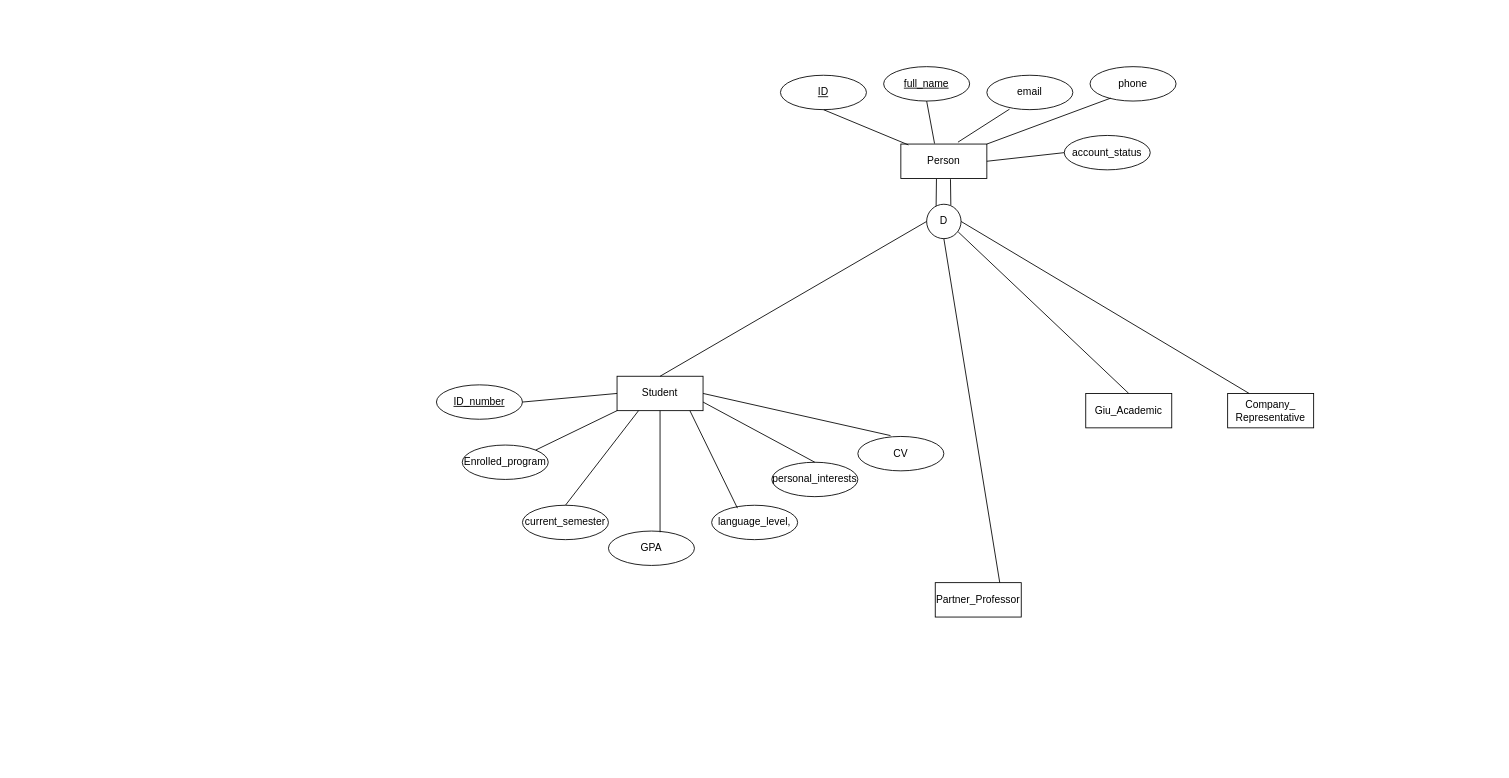
Before: 01_People_Academic.drawio in kniveexe/giu-germany-connect, a draw.io diagram. Source tidied: cells renumbered, new cells numbered last; positions are measured from the earlier drawing's top-left corner, leaving out a move shared by most shapes. Both pictures are drawn from the tidied source at 86%, with x=0, y=0 at pixel (436, 66).
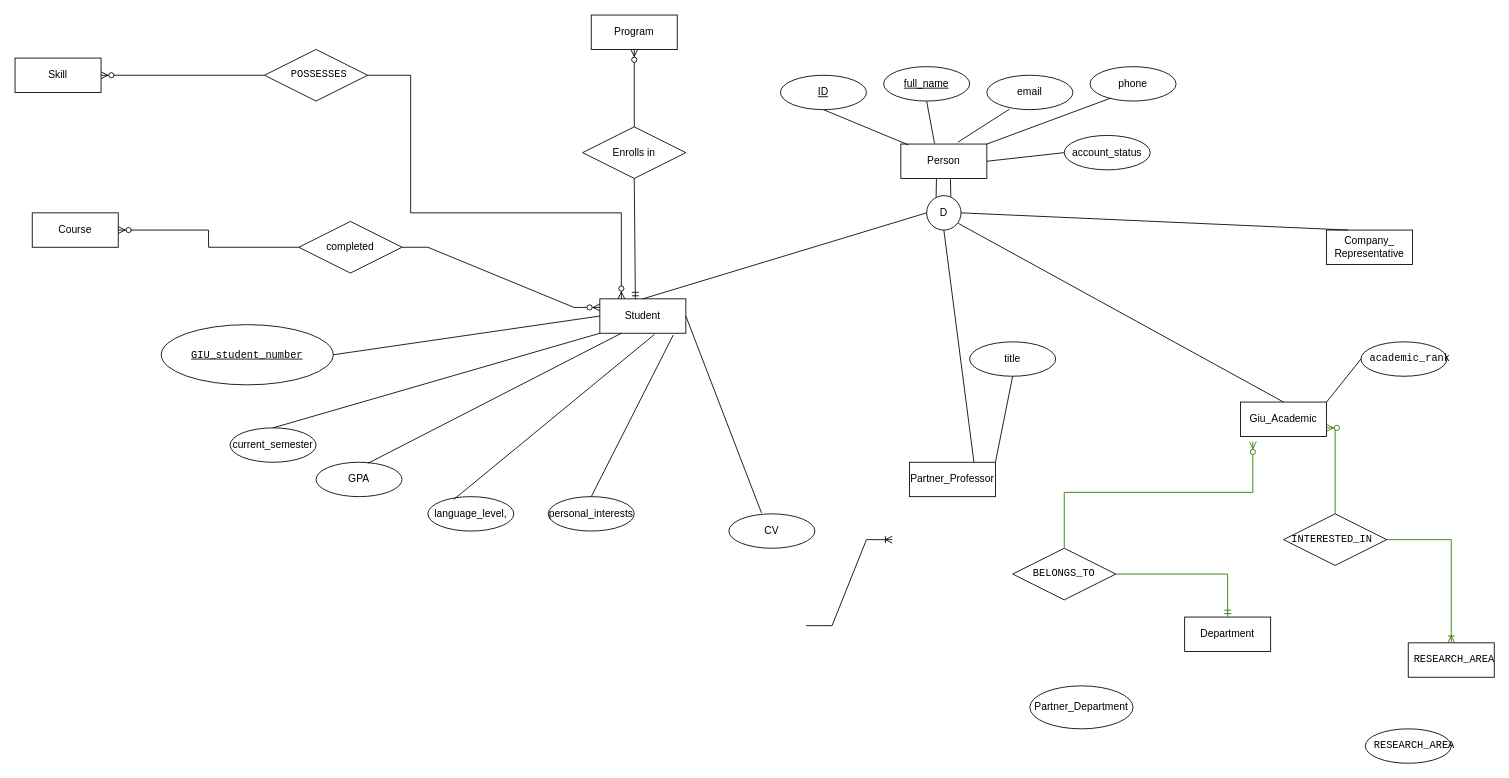
Above is the later version.

The edit, as a diff of the source:
```diff
@@
     <mxCell id="13" value="Student" style="whiteSpace=wrap;html=1;align=center;" parent="1" vertex="1">
-      <mxGeometry x="210" y="360" width="100" height="40" as="geometry" />
+      <mxGeometry x="190" y="270" width="100" height="40" as="geometry" />
     </mxCell>
     <mxCell id="14" value="Giu_Academic" style="whiteSpace=wrap;html=1;align=center;" parent="1" vertex="1">
-      <mxGeometry x="755" y="380" width="100" height="40" as="geometry" />
+      <mxGeometry x="935" y="390" width="100" height="40" as="geometry" />
     </mxCell>
     <mxCell id="15" value="Partner_Professor" style="whiteSpace=wrap;html=1;align=center;" parent="1" vertex="1">
-      <mxGeometry x="580" y="600" width="100" height="40" as="geometry" />
+      <mxGeometry x="550" y="460" width="100" height="40" as="geometry" />
     </mxCell>
     <mxCell id="16" value="Company_ Representative" style="whiteSpace=wrap;html=1;align=center;" parent="1" vertex="1">
-      <mxGeometry x="920" y="380" width="100" height="40" as="geometry" />
+      <mxGeometry x="1035" y="190" width="100" height="40" as="geometry" />
     </mxCell>
     <mxCell id="17" value="D" style="ellipse;whiteSpace=wrap;html=1;shapeInside=1;" parent="1" vertex="1">
-      <mxGeometry x="570" y="160" width="40" height="40" as="geometry" />
+      <mxGeometry x="570" y="150" width="40" height="40" as="geometry" />
     </mxCell>
@@
-    <mxCell id="25" value="ID_number" style="ellipse;whiteSpace=wrap;html=1;align=center;fontStyle=4;" parent="1" vertex="1">
-      <mxGeometry y="370" width="100" height="40" as="geometry" />
+    <mxCell id="25" value="&lt;code&gt;GIU_student_number&lt;/code&gt;" style="ellipse;whiteSpace=wrap;html=1;align=center;fontStyle=4;" parent="1" vertex="1">
+      <mxGeometry x="-320" y="300" width="200" height="70" as="geometry" />
     </mxCell>
-    <mxCell id="26" value="Enrolled_program" style="ellipse;whiteSpace=wrap;html=1;align=center;" parent="1" vertex="1">
-      <mxGeometry x="30" y="440" width="100" height="40" as="geometry" />
-    </mxCell>
     <mxCell id="27" value="current_semester" style="ellipse;whiteSpace=wrap;html=1;align=center;" parent="1" vertex="1">
-      <mxGeometry x="100" y="510" width="100" height="40" as="geometry" />
+      <mxGeometry x="-240" y="420" width="100" height="40" as="geometry" />
     </mxCell>
     <mxCell id="28" value="GPA" style="ellipse;whiteSpace=wrap;html=1;align=center;" parent="1" vertex="1">
-      <mxGeometry x="200" y="540" width="100" height="40" as="geometry" />
+      <mxGeometry x="-140" y="460" width="100" height="40" as="geometry" />
     </mxCell>
     <mxCell id="29" value="language_level," style="ellipse;whiteSpace=wrap;html=1;align=center;" parent="1" vertex="1">
-      <mxGeometry x="320" y="510" width="100" height="40" as="geometry" />
+      <mxGeometry x="-10" y="500" width="100" height="40" as="geometry" />
     </mxCell>
     <mxCell id="30" value="personal_interests" style="ellipse;whiteSpace=wrap;html=1;align=center;" parent="1" vertex="1">
-      <mxGeometry x="390" y="460" width="100" height="40" as="geometry" />
+      <mxGeometry x="130" y="500" width="100" height="40" as="geometry" />
     </mxCell>
-    <mxCell id="31" style="endArrow=none;html=1;rounded=0;exitX=1;exitY=0;exitDx=0;exitDy=0;entryX=0;entryY=1;entryDx=0;entryDy=0;" parent="1" edge="1" source="26" target="13">
-      <mxGeometry relative="1" as="geometry" />
-    </mxCell>
-    <mxCell id="32" style="endArrow=none;html=1;rounded=0;exitX=0.5;exitY=0;exitDx=0;exitDy=0;entryX=0.25;entryY=1;entryDx=0;entryDy=0;" parent="1" edge="1" source="27" target="13">
+    <mxCell id="32" style="endArrow=none;html=1;rounded=0;exitX=0.5;exitY=0;exitDx=0;exitDy=0;entryX=0;entryY=1;entryDx=0;entryDy=0;" parent="1" edge="1" source="27" target="13">
       <mxGeometry relative="1" as="geometry" />
     </mxCell>
-    <mxCell id="33" style="endArrow=none;html=1;rounded=0;exitX=0.5;exitY=1;exitDx=0;exitDy=0;entryX=0.6;entryY=0.035;entryDx=0;entryDy=0;entryPerimeter=0;" parent="1" edge="1" source="13" target="28">
+    <mxCell id="33" style="endArrow=none;html=1;rounded=0;exitX=0.25;exitY=1;exitDx=0;exitDy=0;entryX=0.6;entryY=0.035;entryDx=0;entryDy=0;entryPerimeter=0;" parent="1" edge="1" source="13" target="28">
       <mxGeometry relative="1" as="geometry" />
     </mxCell>
-    <mxCell id="34" style="endArrow=none;html=1;rounded=0;exitX=0.848;exitY=1.005;exitDx=0;exitDy=0;exitPerimeter=0;entryX=0.3;entryY=0.085;entryDx=0;entryDy=0;entryPerimeter=0;" parent="1" edge="1" source="13" target="29">
+    <mxCell id="34" style="endArrow=none;html=1;rounded=0;exitX=0.633;exitY=1.038;exitDx=0;exitDy=0;exitPerimeter=0;entryX=0.3;entryY=0.085;entryDx=0;entryDy=0;entryPerimeter=0;" parent="1" edge="1" source="13" target="29">
       <mxGeometry relative="1" as="geometry" />
     </mxCell>
-    <mxCell id="35" style="endArrow=none;html=1;rounded=0;exitX=1;exitY=0.75;exitDx=0;exitDy=0;entryX=0.5;entryY=0;entryDx=0;entryDy=0;" parent="1" edge="1" source="13" target="30">
+    <mxCell id="35" style="endArrow=none;html=1;rounded=0;exitX=0.853;exitY=1.054;exitDx=0;exitDy=0;entryX=0.5;entryY=0;entryDx=0;entryDy=0;exitPerimeter=0;" parent="1" edge="1" source="13" target="30">
       <mxGeometry relative="1" as="geometry" />
     </mxCell>
@@
     <mxCell id="37" value="CV" style="ellipse;whiteSpace=wrap;html=1;align=center;" parent="1" vertex="1">
-      <mxGeometry x="490" y="430" width="100" height="40" as="geometry" />
+      <mxGeometry x="340" y="520" width="100" height="40" as="geometry" />
     </mxCell>
+    <mxCell id="38" value="Program" style="whiteSpace=wrap;html=1;align=center;" parent="1" vertex="1">
+      <mxGeometry x="180" y="-60" width="100" height="40" as="geometry" />
+    </mxCell>
+    <mxCell id="39" value="Course" style="whiteSpace=wrap;html=1;align=center;" parent="1" vertex="1">
+      <mxGeometry x="-470" y="170" width="100" height="40" as="geometry" />
+    </mxCell>
+    <mxCell id="40" value="Skill" style="whiteSpace=wrap;html=1;align=center;" parent="1" vertex="1">
+      <mxGeometry x="-490" y="-10" width="100" height="40" as="geometry" />
+    </mxCell>
+    <mxCell id="41" value="Enrolls in" style="shape=rhombus;perimeter=rhombusPerimeter;whiteSpace=wrap;html=1;align=center;" parent="1" vertex="1">
+      <mxGeometry x="170" y="70" width="120" height="60" as="geometry" />
+    </mxCell>
+    <mxCell id="42" style="fontSize=12;html=1;endArrow=ERmandOne;rounded=0;entryX=0.413;entryY=0.011;entryDx=0;entryDy=0;exitX=0.5;exitY=1;exitDx=0;exitDy=0;entryPerimeter=0;" parent="1" edge="1" source="41" target="13">
+      <mxGeometry relative="1" as="geometry" />
+    </mxCell>
+    <mxCell id="43" style="fontSize=12;html=1;endArrow=ERzeroToMany;endFill=1;rounded=0;exitX=0.5;exitY=0;exitDx=0;exitDy=0;entryX=0.5;entryY=1;entryDx=0;entryDy=0;" parent="1" edge="1" source="41" target="38">
+      <mxGeometry relative="1" as="geometry" />
+    </mxCell>
+    <mxCell id="44" value="completed" style="shape=rhombus;perimeter=rhombusPerimeter;whiteSpace=wrap;html=1;align=center;" parent="1" vertex="1">
+      <mxGeometry x="-160" y="180" width="120" height="60" as="geometry" />
+    </mxCell>
+    <mxCell id="45" style="edgeStyle=entityRelationEdgeStyle;fontSize=12;html=1;endArrow=ERzeroToMany;endFill=1;rounded=0;entryX=0;entryY=0.25;entryDx=0;entryDy=0;exitX=1;exitY=0.5;exitDx=0;exitDy=0;" parent="1" edge="1" source="44" target="13">
+      <mxGeometry relative="1" as="geometry" />
+    </mxCell>
+    <mxCell id="46" style="edgeStyle=orthogonalEdgeStyle;fontSize=12;html=1;endArrow=ERzeroToMany;endFill=1;rounded=0;entryX=1;entryY=0.5;entryDx=0;entryDy=0;exitX=0;exitY=0.5;exitDx=0;exitDy=0;" parent="1" edge="1" source="44" target="39">
+      <mxGeometry relative="1" as="geometry" />
+    </mxCell>
+    <mxCell id="47" value="&lt;pre dir=&quot;ltr&quot;&gt;&lt;code&gt; POSSESSES&lt;/code&gt;&lt;/pre&gt;" style="shape=rhombus;perimeter=rhombusPerimeter;whiteSpace=wrap;html=1;align=center;" parent="1" vertex="1">
+      <mxGeometry x="-200" y="-20" width="120" height="60" as="geometry" />
+    </mxCell>
+    <mxCell id="48" style="fontSize=12;html=1;endArrow=ERzeroToMany;endFill=1;rounded=0;edgeStyle=orthogonalEdgeStyle;entryX=0.25;entryY=0;entryDx=0;entryDy=0;exitX=1;exitY=0.5;exitDx=0;exitDy=0;" parent="1" edge="1" source="47" target="13">
+      <mxGeometry relative="1" as="geometry">
+        <Array as="points">
+          <mxPoint x="-30" y="10" />
+          <mxPoint x="-30" y="170" />
+          <mxPoint x="215" y="170" />
+        </Array>
+      </mxGeometry>
+    </mxCell>
+    <mxCell id="49" style="fontSize=12;html=1;endArrow=ERzeroToMany;endFill=1;rounded=0;entryX=1;entryY=0.5;entryDx=0;entryDy=0;exitX=0;exitY=0.5;exitDx=0;exitDy=0;" parent="1" edge="1" source="47" target="40">
+      <mxGeometry relative="1" as="geometry" />
+    </mxCell>
+    <mxCell id="50" value="&lt;pre dir=&quot;ltr&quot;&gt;&lt;code&gt;  academic_rank&lt;/code&gt;&lt;/pre&gt;" style="ellipse;whiteSpace=wrap;html=1;align=center;" parent="1" vertex="1">
+      <mxGeometry x="1075" y="320" width="100" height="40" as="geometry" />
+    </mxCell>
+    <mxCell id="51" style="endArrow=none;html=1;rounded=0;entryX=0;entryY=0.5;entryDx=0;entryDy=0;exitX=1;exitY=0;exitDx=0;exitDy=0;" parent="1" edge="1" source="14" target="50">
+      <mxGeometry relative="1" as="geometry" />
+    </mxCell>
+    <mxCell id="52" style="edgeStyle=orthogonalEdgeStyle;rounded=0;orthogonalLoop=1;jettySize=auto;html=1;innerLoopWaypoints=1;exitX=0.5;exitY=1;exitDx=0;exitDy=0;" parent="1" edge="1" source="14" target="14">
+      <mxGeometry relative="1" as="geometry" />
+    </mxCell>
+    <mxCell id="53" value="&lt;pre dir=&quot;ltr&quot;&gt;&lt;code&gt;BELONGS_TO&lt;/code&gt;&lt;/pre&gt;" style="shape=rhombus;perimeter=rhombusPerimeter;whiteSpace=wrap;html=1;align=center;" parent="1" vertex="1">
+      <mxGeometry x="670" y="560" width="120" height="60" as="geometry" />
+    </mxCell>
+    <mxCell id="54" value="&lt;pre dir=&quot;ltr&quot;&gt;&lt;code&gt;INTERESTED_IN &lt;/code&gt;&lt;/pre&gt;" style="shape=rhombus;perimeter=rhombusPerimeter;whiteSpace=wrap;html=1;align=center;" parent="1" vertex="1">
+      <mxGeometry x="985" y="520" width="120" height="60" as="geometry" />
+    </mxCell>
+    <mxCell id="55" style="fontSize=12;html=1;endArrow=ERzeroToMany;endFill=1;rounded=0;exitX=0.5;exitY=0;exitDx=0;exitDy=0;entryX=0.143;entryY=1.15;entryDx=0;entryDy=0;entryPerimeter=0;edgeStyle=orthogonalEdgeStyle;fillColor=#60a917;strokeColor=#2D7600;" parent="1" edge="1" source="53" target="14">
+      <mxGeometry relative="1" as="geometry" />
+    </mxCell>
+    <mxCell id="56" style="fontSize=12;html=1;endArrow=ERzeroToMany;endFill=1;rounded=0;exitX=0.5;exitY=0;exitDx=0;exitDy=0;entryX=1;entryY=0.75;entryDx=0;entryDy=0;edgeStyle=orthogonalEdgeStyle;fillColor=#60a917;strokeColor=#2D7600;" parent="1" edge="1" source="54" target="14">
+      <mxGeometry relative="1" as="geometry" />
+    </mxCell>
+    <mxCell id="57" value="Department" style="whiteSpace=wrap;html=1;align=center;" parent="1" vertex="1">
+      <mxGeometry x="870" y="640" width="100" height="40" as="geometry" />
+    </mxCell>
+    <mxCell id="58" style="fontSize=12;html=1;endArrow=ERmandOne;rounded=0;entryX=0.5;entryY=0;entryDx=0;entryDy=0;exitX=1;exitY=0.5;exitDx=0;exitDy=0;edgeStyle=orthogonalEdgeStyle;fillColor=#60a917;strokeColor=#2D7600;" parent="1" edge="1" source="53" target="57">
+      <mxGeometry relative="1" as="geometry" />
+    </mxCell>
+    <mxCell id="59" style="fontSize=12;html=1;endArrow=ERoneToMany;rounded=0;entryX=0.5;entryY=0;entryDx=0;entryDy=0;exitX=1;exitY=0.5;exitDx=0;exitDy=0;edgeStyle=orthogonalEdgeStyle;fillColor=#60a917;strokeColor=#2D7600;" parent="1" edge="1" source="54" target="60">
+      <mxGeometry relative="1" as="geometry" />
+    </mxCell>
+    <mxCell id="60" value="&lt;pre dir=&quot;ltr&quot;&gt;&lt;code&gt; RESEARCH_AREA&lt;/code&gt;&lt;/pre&gt;" style="whiteSpace=wrap;html=1;align=center;" parent="1" vertex="1">
+      <mxGeometry x="1130" y="670" width="100" height="40" as="geometry" />
+    </mxCell>
+    <mxCell id="61" value="title" style="ellipse;whiteSpace=wrap;html=1;align=center;" parent="1" vertex="1">
+      <mxGeometry x="620" y="320" width="100" height="40" as="geometry" />
+    </mxCell>
+    <mxCell id="62" style="endArrow=none;html=1;rounded=0;entryX=0.5;entryY=1;entryDx=0;entryDy=0;exitX=1;exitY=0;exitDx=0;exitDy=0;" parent="1" edge="1" source="15" target="61">
+      <mxGeometry relative="1" as="geometry" />
+    </mxCell>
+    <mxCell id="63" value="Partner_Department" style="ellipse;whiteSpace=wrap;html=1;align=center;" parent="1" vertex="1">
+      <mxGeometry x="690" y="720" width="120" height="50" as="geometry" />
+    </mxCell>
+    <mxCell id="64" value="&lt;pre dir=&quot;ltr&quot;&gt;&lt;code&gt;  RESEARCH_AREA&lt;/code&gt;&lt;/pre&gt;" style="ellipse;whiteSpace=wrap;html=1;align=center;" parent="1" vertex="1">
+      <mxGeometry x="1080" y="770" width="100" height="40" as="geometry" />
+    </mxCell>
+    <mxCell id="65" style="edgeStyle=entityRelationEdgeStyle;fontSize=12;html=1;endArrow=ERoneToMany;rounded=0;" parent="1" edge="1">
+      <mxGeometry relative="1" as="geometry">
+        <mxPoint x="430" y="650" as="sourcePoint" />
+        <mxPoint x="530" y="550" as="targetPoint" />
+      </mxGeometry>
+    </mxCell>
```
